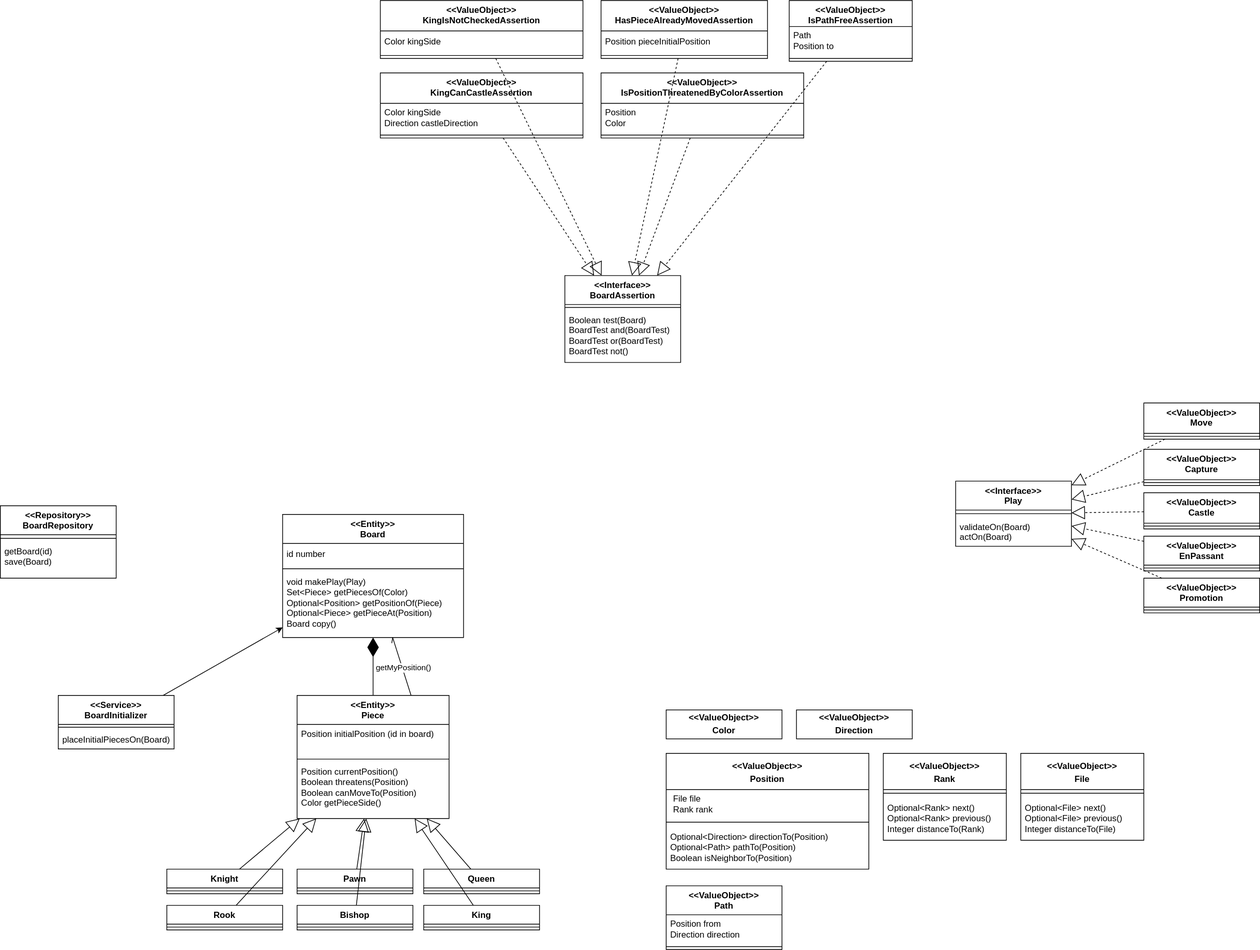
Earlier version of the draw.io export model.svg (santunioni/Chessboard). Source tidied: cells renumbered, new cells last; positions are measured from the earlier drawing's top-left corner, leaving out a move shared by most shapes.
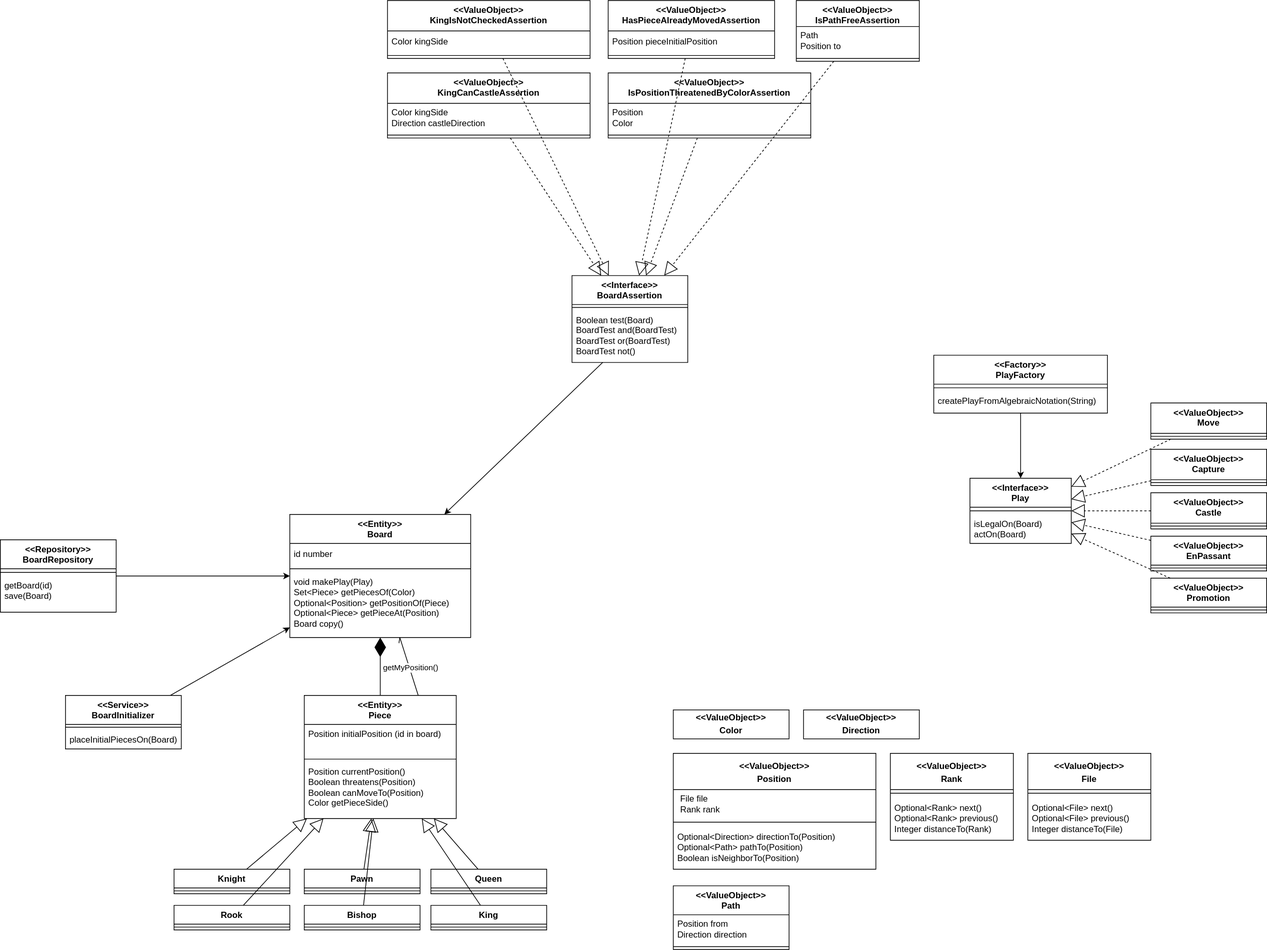
Later version of the same file.

Change to the diagram source:
```diff
@@ -81,13 +81,13 @@
       <mxGeometry y="80" width="250" height="90" as="geometry" />
     </mxCell>
     <mxCell id="28" value="&amp;lt;&amp;lt;Interface&amp;gt;&amp;gt;&lt;br&gt;Play" style="swimlane;fontStyle=1;align=center;verticalAlign=top;horizontal=1;startSize=40;whiteSpace=wrap;html=1;" parent="1" vertex="1">
-      <mxGeometry x="1320" y="664" width="160" height="90" as="geometry" />
+      <mxGeometry x="1330" y="660" width="140" height="90" as="geometry" />
     </mxCell>
     <mxCell id="29" style="line;strokeWidth=1;fillColor=none;align=left;verticalAlign=middle;spacingTop=-1;spacingLeft=3;spacingRight=3;labelPosition=right;strokeColor=inherit;" parent="28" vertex="1">
-      <mxGeometry y="40" width="160" height="10" as="geometry" />
+      <mxGeometry y="40" width="140" height="10" as="geometry" />
     </mxCell>
-    <mxCell id="30" value="&lt;div style=&quot;&quot;&gt;&lt;span style=&quot;background-color: initial;&quot;&gt;validateOn(Board)&lt;/span&gt;&lt;/div&gt;&lt;div style=&quot;&quot;&gt;&lt;span style=&quot;background-color: initial;&quot;&gt;actOn(Board)&lt;/span&gt;&lt;/div&gt;" style="text;html=1;align=left;verticalAlign=top;strokeColor=none;fillColor=none;spacingLeft=4;" parent="28" vertex="1">
-      <mxGeometry y="50" width="160" height="40" as="geometry" />
+    <mxCell id="30" value="&lt;div style=&quot;&quot;&gt;&lt;span style=&quot;background-color: initial;&quot;&gt;isLegalOn(Board)&lt;/span&gt;&lt;/div&gt;&lt;div style=&quot;&quot;&gt;&lt;span style=&quot;background-color: initial;&quot;&gt;actOn(Board)&lt;/span&gt;&lt;/div&gt;" style="text;html=1;align=left;verticalAlign=top;strokeColor=none;fillColor=none;spacingLeft=4;" parent="28" vertex="1">
+      <mxGeometry y="50" width="140" height="40" as="geometry" />
     </mxCell>
     <mxCell id="31" value="&amp;lt;&amp;lt;ValueObject&amp;gt;&amp;gt;&lt;br&gt;Capture" style="swimlane;fontStyle=1;align=center;verticalAlign=top;horizontal=1;startSize=42;whiteSpace=wrap;html=1;" parent="1" vertex="1">
       <mxGeometry x="1580" y="620" width="160" height="50" as="geometry" />
@@ -224,8 +224,11 @@
     <mxCell id="75" value="&lt;p style=&quot;margin:0px;margin-top:4px;text-align:center;&quot;&gt;&lt;b&gt;&amp;lt;&amp;lt;ValueObject&amp;gt;&amp;gt;&lt;/b&gt;&lt;/p&gt;&lt;p style=&quot;margin:0px;margin-top:4px;text-align:center;&quot;&gt;&lt;b&gt;Direction&lt;/b&gt;&lt;/p&gt;" style="verticalAlign=top;align=left;overflow=fill;fontSize=12;fontFamily=Helvetica;html=1;whiteSpace=wrap;" parent="1" vertex="1">
       <mxGeometry x="1100" y="980" width="160" height="40" as="geometry" />
     </mxCell>
+    <mxCell id="94" style="rounded=0;jettySize=auto;html=1;" parent="1" edge="1" source="76" target="24">
+      <mxGeometry relative="1" as="geometry" />
+    </mxCell>
     <mxCell id="76" value="&amp;lt;&amp;lt;Repository&amp;gt;&amp;gt;&lt;br&gt;BoardRepository" style="swimlane;fontStyle=1;align=center;verticalAlign=top;horizontal=1;startSize=40;whiteSpace=wrap;html=1;" parent="1" vertex="1">
-      <mxGeometry y="698" width="160" height="100" as="geometry" />
+      <mxGeometry x="-10" y="745" width="160" height="100" as="geometry" />
     </mxCell>
     <mxCell id="77" style="line;strokeWidth=1;fillColor=none;align=left;verticalAlign=middle;spacingTop=-1;spacingLeft=3;spacingRight=3;labelPosition=right;strokeColor=inherit;" parent="76" vertex="1">
       <mxGeometry y="40" width="160" height="10" as="geometry" />
@@ -278,5 +281,20 @@
     <mxCell id="93" value="getMyPosition()" style="edgeLabel;html=1;align=center;verticalAlign=middle;" parent="92" vertex="1">
       <mxGeometry x="-0.06" y="-1" relative="1" as="geometry" />
     </mxCell>
+    <mxCell id="95" value="&amp;lt;&amp;lt;Factory&amp;gt;&amp;gt;&lt;br&gt;PlayFactory" style="swimlane;fontStyle=1;align=center;verticalAlign=top;horizontal=1;startSize=40;whiteSpace=wrap;html=1;" parent="1" vertex="1">
+      <mxGeometry x="1280" y="490" width="240" height="80" as="geometry" />
+    </mxCell>
+    <mxCell id="96" style="line;strokeWidth=1;fillColor=none;align=left;verticalAlign=middle;spacingTop=-1;spacingLeft=3;spacingRight=3;labelPosition=right;strokeColor=inherit;" parent="95" vertex="1">
+      <mxGeometry y="40" width="240" height="10" as="geometry" />
+    </mxCell>
+    <mxCell id="97" value="&lt;div style=&quot;&quot;&gt;createPlayFromAlgebraicNotation(String)&lt;/div&gt;" style="text;html=1;align=left;verticalAlign=top;points=[];strokeColor=none;fillColor=none;spacingLeft=4;" parent="95" vertex="1">
+      <mxGeometry y="50" width="240" height="30" as="geometry" />
+    </mxCell>
+    <mxCell id="98" style="rounded=0;jettySize=auto;html=1;" parent="1" edge="1" source="97" target="28">
+      <mxGeometry relative="1" as="geometry" />
+    </mxCell>
+    <mxCell id="99" style="rounded=0;jettySize=auto;html=1;" parent="1" edge="1" source="52" target="24">
+      <mxGeometry relative="1" as="geometry" />
+    </mxCell>
   </root>
 </mxGraphModel>
```
